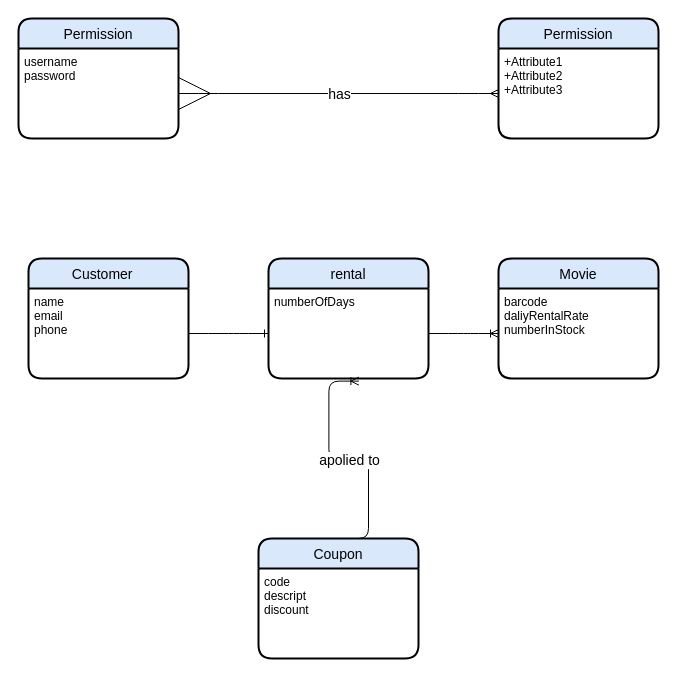
This is video_project.drawio from s1874217870/starup, a draw.io file, before an edit. Source tidied: cells renumbered, new cells numbered last; positions are measured from the earlier drawing's top-left corner, leaving out a move shared by most shapes. Both pictures are drawn from the tidied source at 100%, with x=0, y=0 at pixel (18, 18).
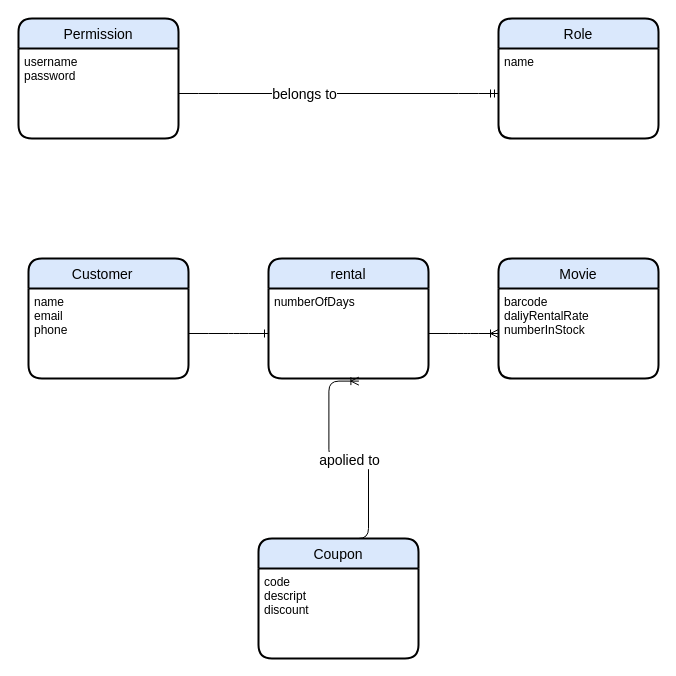
The same diagram, later.

The edit, as a diff of the source:
```diff
@@
 <mxGraphModel>
   <root>
     <mxCell id="0" />
     <mxCell id="1" parent="0" />
-    <mxCell id="2" value="Permission" style="swimlane;horizontal=1;startSize=30;rounded=1;fontSize=14;fontStyle=0;strokeWidth=2;shadow=0;dashed=0;align=center;fillColor=#dae8fc;" parent="1" vertex="1">
-      <mxGeometry x="480" width="160" height="120" as="geometry" />
-    </mxCell>
-    <mxCell id="3" value="+Attribute1&#10;+Attribute2&#10;+Attribute3" style="align=left;strokeColor=none;fillColor=none;spacingLeft=4;fontSize=12;verticalAlign=top;" parent="2" vertex="1">
-      <mxGeometry y="30" width="160" height="90" as="geometry" />
-    </mxCell>
-    <mxCell id="4" style="edgeStyle=entityRelationEdgeStyle;fontSize=12;html=1;endArrow=ERmany;startArrow=ERmany;startSize=30;exitX=1;exitY=0.5;exitDx=0;exitDy=0;" parent="1" edge="1" source="19" target="3">
-      <mxGeometry relative="1" as="geometry" />
-    </mxCell>
-    <mxCell id="5" value="has" style="edgeLabel;html=1;align=center;verticalAlign=middle;fontSize=14;" parent="4" vertex="1">
-      <mxGeometry relative="1" as="geometry" />
-    </mxCell>
     <mxCell id="6" value="Movie" style="swimlane;horizontal=1;startSize=30;rounded=1;fontSize=14;fontStyle=0;strokeWidth=2;shadow=0;dashed=0;align=center;fillColor=#dae8fc;" parent="1" vertex="1">
       <mxGeometry x="480" y="240" width="160" height="120" as="geometry" />
     </mxCell>
     <mxCell id="7" value="barcode&#10;daliyRentalRate&#10;numberInStock" style="align=left;strokeColor=none;fillColor=none;spacingLeft=4;fontSize=12;verticalAlign=top;" parent="6" vertex="1">
       <mxGeometry y="30" width="160" height="90" as="geometry" />
     </mxCell>
     <mxCell id="8" value="Customer   " style="swimlane;horizontal=1;startSize=30;rounded=1;fontSize=14;fontStyle=0;strokeWidth=2;shadow=0;dashed=0;align=center;fillColor=#dae8fc;" parent="1" vertex="1">
       <mxGeometry x="10" y="240" width="160" height="120" as="geometry" />
     </mxCell>
     <mxCell id="9" value="name&#10;email&#10;phone" style="align=left;strokeColor=none;fillColor=none;spacingLeft=4;fontSize=12;verticalAlign=top;" parent="8" vertex="1">
       <mxGeometry y="30" width="160" height="90" as="geometry" />
     </mxCell>
     <mxCell id="10" value="rental" style="swimlane;horizontal=1;startSize=30;rounded=1;fontSize=14;fontStyle=0;strokeWidth=2;shadow=0;dashed=0;align=center;fillColor=#dae8fc;" parent="1" vertex="1">
       <mxGeometry x="250" y="240" width="160" height="120" as="geometry" />
     </mxCell>
     <mxCell id="11" value="numberOfDays" style="align=left;strokeColor=none;fillColor=none;spacingLeft=4;fontSize=12;verticalAlign=top;" parent="10" vertex="1">
       <mxGeometry y="30" width="160" height="90" as="geometry" />
     </mxCell>
     <mxCell id="12" style="edgeStyle=entityRelationEdgeStyle;fontSize=12;html=1;endArrow=ERone;endFill=1;startSize=30;exitX=1;exitY=0.5;exitDx=0;exitDy=0;entryX=0;entryY=0.5;entryDx=0;entryDy=0;" parent="1" edge="1" source="9" target="11">
       <mxGeometry relative="1" as="geometry" />
     </mxCell>
     <mxCell id="13" style="edgeStyle=entityRelationEdgeStyle;fontSize=12;html=1;endArrow=ERoneToMany;startSize=30;exitX=1;exitY=0.5;exitDx=0;exitDy=0;entryX=0;entryY=0.5;entryDx=0;entryDy=0;" parent="1" edge="1" source="11" target="7">
       <mxGeometry relative="1" as="geometry" />
     </mxCell>
     <mxCell id="14" value="Coupon" style="swimlane;horizontal=1;startSize=30;rounded=1;fontSize=14;fontStyle=0;strokeWidth=2;shadow=0;dashed=0;align=center;fillColor=#dae8fc;" parent="1" vertex="1">
       <mxGeometry x="240" y="520" width="160" height="120" as="geometry" />
     </mxCell>
     <mxCell id="15" value="code&#10;descript&#10;discount" style="align=left;strokeColor=none;fillColor=none;spacingLeft=4;fontSize=12;verticalAlign=top;" parent="14" vertex="1">
       <mxGeometry y="30" width="160" height="90" as="geometry" />
     </mxCell>
     <mxCell id="16" style="edgeStyle=entityRelationEdgeStyle;fontSize=12;html=1;endArrow=ERoneToMany;startSize=30;exitX=0.5;exitY=0;exitDx=0;exitDy=0;entryX=0.565;entryY=1.029;entryDx=0;entryDy=0;entryPerimeter=0;" parent="1" edge="1" source="14" target="11">
       <mxGeometry relative="1" as="geometry" />
     </mxCell>
     <mxCell id="17" value="apolied to" style="edgeLabel;html=1;align=center;verticalAlign=middle;fontSize=14;" parent="16" vertex="1">
       <mxGeometry relative="1" as="geometry" />
     </mxCell>
     <mxCell id="18" value="Permission" style="swimlane;horizontal=1;startSize=30;rounded=1;fontSize=14;fontStyle=0;strokeWidth=2;shadow=0;dashed=0;align=center;fillColor=#dae8fc;" parent="1" vertex="1">
       <mxGeometry width="160" height="120" as="geometry" />
     </mxCell>
     <mxCell id="19" value="username&#10;password&#10;" style="align=left;strokeColor=none;fillColor=none;spacingLeft=4;fontSize=12;verticalAlign=top;" parent="18" vertex="1">
       <mxGeometry y="30" width="160" height="90" as="geometry" />
     </mxCell>
+    <mxCell id="20" value="Role" style="swimlane;horizontal=1;startSize=30;rounded=1;fontSize=14;fontStyle=0;strokeWidth=2;shadow=0;dashed=0;align=center;fillColor=#dae8fc;" parent="1" vertex="1">
+      <mxGeometry x="480" width="160" height="120" as="geometry" />
+    </mxCell>
+    <mxCell id="21" value="name&#10;" style="align=left;strokeColor=none;fillColor=none;spacingLeft=4;fontSize=12;verticalAlign=top;" parent="20" vertex="1">
+      <mxGeometry y="30" width="160" height="90" as="geometry" />
+    </mxCell>
+    <mxCell id="22" style="edgeStyle=entityRelationEdgeStyle;fontSize=12;html=1;endArrow=ERmandOne;startSize=30;entryX=0;entryY=0.5;entryDx=0;entryDy=0;" parent="1" edge="1" source="19" target="21">
+      <mxGeometry relative="1" as="geometry" />
+    </mxCell>
+    <mxCell id="23" value="belongs to" style="edgeLabel;html=1;align=center;verticalAlign=middle;fontSize=14;" parent="22" vertex="1">
+      <mxGeometry x="-0.22" relative="1" as="geometry" />
+    </mxCell>
   </root>
 </mxGraphModel>
```
